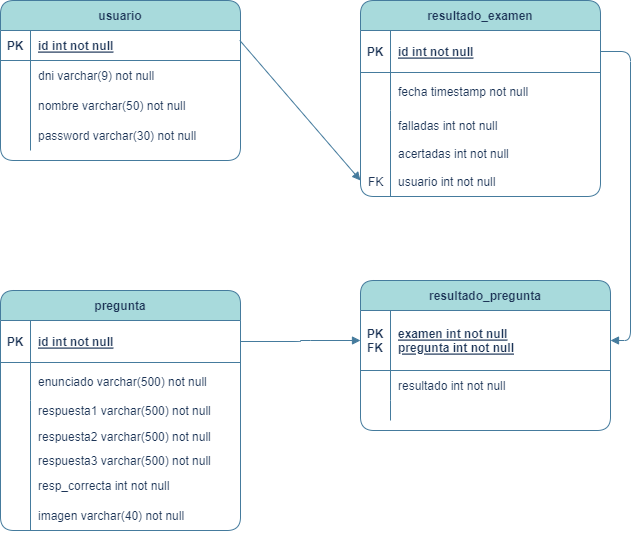
Earlier version of the draw.io export BD/autoescuela.png (marzane/autoescuela). Source tidied: cells renumbered, new cells last; positions are measured from the earlier drawing's top-left corner, leaving out a move shared by most shapes.
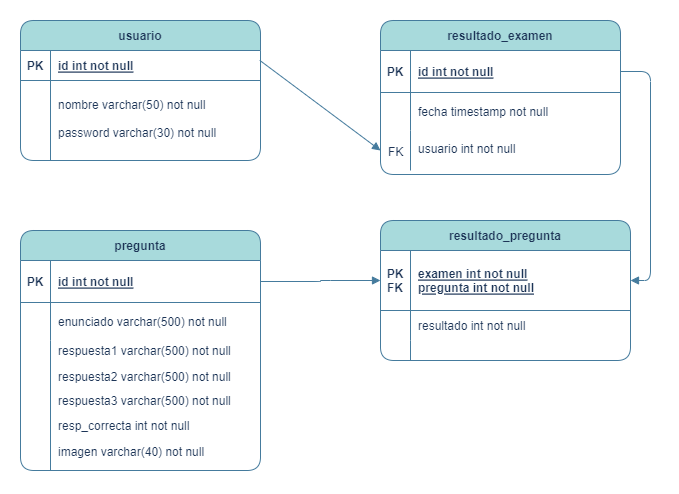
Later version of the same file.

The edit, as a diff of the source:
```diff
@@ -4,7 +4,7 @@
     <mxCell id="1" parent="0" />
     <object id="2" label="resultado_examen" falladas="int not null" placeholders="1" usuario="int not null">
       <mxCell style="shape=table;startSize=30;rowLines=0;fontStyle=1;align=center;labelBackgroundColor=none;fillColor=#A8DADC;strokeColor=#457B9D;fontColor=#1D3557;rounded=1;columnLines=1;" parent="1" vertex="1">
-        <mxGeometry x="360" width="240" height="196" as="geometry" />
+        <mxGeometry x="360" width="240" height="154" as="geometry" />
       </mxCell>
     </object>
     <mxCell id="3" style="shape=partialRectangle;fillColor=none;points=[[0,0.5],[1,0.5]];portConstraint=eastwest;top=0;left=0;right=0;bottom=1;labelBackgroundColor=none;strokeColor=#457B9D;fontColor=#1D3557;rounded=1;" parent="2" vertex="1">
@@ -26,16 +26,16 @@
       <mxGeometry x="30" width="210" height="38" as="geometry" />
     </mxCell>
     <mxCell id="9" style="shape=partialRectangle;fillColor=none;points=[[0,0.5],[1,0.5]];portConstraint=eastwest;top=0;left=0;right=0;bottom=0;labelBackgroundColor=none;strokeColor=#457B9D;fontColor=#1D3557;rounded=1;" parent="2" vertex="1">
-      <mxGeometry y="110" width="240" height="86" as="geometry" />
+      <mxGeometry y="110" width="240" height="40" as="geometry" />
     </mxCell>
     <mxCell id="10" style="shape=partialRectangle;overflow=hidden;fillColor=none;top=0;left=0;bottom=0;right=0;labelBackgroundColor=none;strokeColor=#457B9D;fontColor=#1D3557;rounded=1;" parent="9" vertex="1">
-      <mxGeometry width="30" height="86" as="geometry" />
+      <mxGeometry width="30" height="40" as="geometry" />
     </mxCell>
-    <mxCell id="11" value="acertadas int not null" style="shape=partialRectangle;overflow=hidden;fillColor=none;top=0;left=0;bottom=0;right=0;align=left;spacingLeft=6;labelBackgroundColor=none;strokeColor=#457B9D;fontColor=#1D3557;rounded=1;" parent="9" vertex="1">
-      <mxGeometry x="30" width="210" height="86" as="geometry" />
+    <mxCell id="11" style="shape=partialRectangle;overflow=hidden;fillColor=none;top=0;left=0;bottom=0;right=0;align=left;spacingLeft=6;labelBackgroundColor=none;strokeColor=#457B9D;fontColor=#1D3557;rounded=1;" parent="9" vertex="1">
+      <mxGeometry x="30" width="210" height="40" as="geometry" />
     </mxCell>
     <mxCell id="12" value="resultado_pregunta" style="shape=table;startSize=30;rowLines=0;fontStyle=1;align=center;labelBackgroundColor=none;fillColor=#A8DADC;strokeColor=#457B9D;fontColor=#1D3557;rounded=1;" parent="1" vertex="1">
-      <mxGeometry x="360" y="280" width="250" height="150" as="geometry" />
+      <mxGeometry x="360" y="200" width="250" height="140" as="geometry" />
     </mxCell>
     <mxCell id="13" style="shape=partialRectangle;fillColor=none;points=[[0,0.5],[1,0.5]];portConstraint=eastwest;top=0;left=0;right=0;bottom=1;labelBackgroundColor=none;strokeColor=#457B9D;fontColor=#1D3557;rounded=1;" parent="12" vertex="1">
       <mxGeometry y="30" width="250" height="60" as="geometry" />
@@ -65,7 +65,7 @@
       <mxGeometry x="30" width="220" height="20" as="geometry" />
     </mxCell>
     <mxCell id="22" value="usuario" style="shape=table;startSize=30;rowLines=0;fontStyle=1;align=center;labelBackgroundColor=none;fillColor=#A8DADC;strokeColor=#457B9D;fontColor=#1D3557;rounded=1;" parent="1" vertex="1">
-      <mxGeometry width="240" height="160" as="geometry" />
+      <mxGeometry width="240" height="140" as="geometry" />
     </mxCell>
     <mxCell id="23" style="shape=partialRectangle;fillColor=none;points=[[0,0.5],[1,0.5]];portConstraint=eastwest;top=0;left=0;right=0;bottom=1;labelBackgroundColor=none;strokeColor=#457B9D;fontColor=#1D3557;rounded=1;" parent="22" vertex="1">
       <mxGeometry y="30" width="240" height="30" as="geometry" />
@@ -82,41 +82,36 @@
     <mxCell id="27" style="shape=partialRectangle;overflow=hidden;fillColor=none;top=0;left=0;bottom=0;right=0;labelBackgroundColor=none;strokeColor=#457B9D;fontColor=#1D3557;rounded=1;" parent="26" vertex="1">
       <mxGeometry width="30" height="30" as="geometry" />
     </mxCell>
-    <mxCell id="28" value="dni varchar(9) not null" style="shape=partialRectangle;overflow=hidden;fillColor=none;top=0;left=0;bottom=0;right=0;align=left;spacingLeft=6;labelBackgroundColor=none;strokeColor=#457B9D;fontColor=#1D3557;rounded=1;" parent="26" vertex="1">
+    <mxCell id="28" style="shape=partialRectangle;overflow=hidden;fillColor=none;top=0;left=0;bottom=0;right=0;align=left;spacingLeft=6;labelBackgroundColor=none;strokeColor=#457B9D;fontColor=#1D3557;rounded=1;" parent="26" vertex="1">
       <mxGeometry x="30" width="210" height="30" as="geometry" />
     </mxCell>
     <mxCell id="29" value="nombre varchar(50) not null" style="shape=partialRectangle;overflow=hidden;fillColor=none;top=0;left=0;bottom=0;right=0;align=left;spacingLeft=6;labelBackgroundColor=none;strokeColor=#457B9D;fontColor=#1D3557;rounded=1;" parent="1" vertex="1">
-      <mxGeometry x="30" y="90" width="220" height="30" as="geometry" />
+      <mxGeometry x="30" y="69" width="220" height="30" as="geometry" />
     </mxCell>
     <mxCell id="30" value="password varchar(30) not null" style="shape=partialRectangle;overflow=hidden;fillColor=none;top=0;left=0;bottom=0;right=0;align=left;spacingLeft=6;labelBackgroundColor=none;strokeColor=#457B9D;fontColor=#1D3557;rounded=1;" parent="1" vertex="1">
-      <mxGeometry x="30" y="120" width="220" height="30" as="geometry" />
+      <mxGeometry x="30" y="97" width="220" height="30" as="geometry" />
     </mxCell>
     <mxCell id="31" style="endArrow=none;html=1;rounded=1;labelBackgroundColor=none;strokeColor=#457B9D;fontColor=default;" parent="1" edge="1">
       <mxGeometry relative="1" as="geometry">
-        <mxPoint x="30" y="150" as="sourcePoint" />
-        <mxPoint x="30" y="80" as="targetPoint" />
+        <mxPoint x="30" y="140" as="sourcePoint" />
+        <mxPoint x="30" y="70" as="targetPoint" />
       </mxGeometry>
     </mxCell>
-    <mxCell id="32" value="falladas int not null" style="shape=partialRectangle;overflow=hidden;fillColor=none;top=0;left=0;bottom=0;right=0;align=left;spacingLeft=6;labelBackgroundColor=none;strokeColor=#457B9D;fontColor=#1D3557;rounded=1;" parent="1" vertex="1">
-      <mxGeometry x="390" y="110" width="220" height="30" as="geometry" />
-    </mxCell>
     <mxCell id="33" value="usuario int not null" style="shape=partialRectangle;overflow=hidden;fillColor=none;top=0;left=0;bottom=0;right=0;align=left;spacingLeft=6;labelBackgroundColor=none;strokeColor=#457B9D;fontColor=#1D3557;rounded=1;" parent="1" vertex="1">
-      <mxGeometry x="390" y="166" width="220" height="30" as="geometry" />
+      <mxGeometry x="390" y="116" width="220" height="24" as="geometry" />
     </mxCell>
     <mxCell id="34" value="FK" style="shape=partialRectangle;overflow=hidden;fillColor=none;top=0;left=0;bottom=0;right=0;align=left;spacingLeft=6;labelBackgroundColor=none;strokeColor=#457B9D;fontColor=#1D3557;rounded=1;" parent="1" vertex="1">
-      <mxGeometry x="360" y="166" width="30" height="30" as="geometry" />
+      <mxGeometry x="360" y="116" width="30" height="30" as="geometry" />
     </mxCell>
-    <mxCell id="35" style="endArrow=block;html=1;rounded=1;strokeColor=#457B9D;fontColor=default;fillColor=#A8DADC;exitX=0.997;exitY=0.329;exitDx=0;exitDy=0;exitPerimeter=0;labelBackgroundColor=none;endFill=1;" parent="1" edge="1" source="23">
-      <mxGeometry relative="1" as="geometry">
-        <mxPoint x="360" y="180" as="targetPoint" />
-      </mxGeometry>
+    <mxCell id="35" style="endArrow=block;html=1;rounded=1;strokeColor=#457B9D;fontColor=default;fillColor=#A8DADC;exitX=0.997;exitY=0.329;exitDx=0;exitDy=0;exitPerimeter=0;labelBackgroundColor=none;endFill=1;entryX=0;entryY=0.5;entryDx=0;entryDy=0;" parent="1" edge="1" source="23" target="9">
+      <mxGeometry relative="1" as="geometry" />
     </mxCell>
     <mxCell id="36" style="edgeStyle=orthogonalEdgeStyle;rounded=1;jettySize=auto;html=1;exitX=1;exitY=0.5;exitDx=0;exitDy=0;entryX=1;entryY=0.5;entryDx=0;entryDy=0;strokeColor=#457B9D;fontColor=#1D3557;fillColor=#A8DADC;endArrow=block;endFill=1;" parent="1" edge="1" source="3" target="13">
       <mxGeometry relative="1" as="geometry" />
     </mxCell>
     <object id="37" label="pregunta" falladas="int not null" placeholders="1" usuario="int not null">
       <mxCell style="shape=table;startSize=30;rowLines=0;fontStyle=1;align=center;labelBackgroundColor=none;fillColor=#A8DADC;strokeColor=#457B9D;fontColor=#1D3557;rounded=1;columnLines=1;" parent="1" vertex="1">
-        <mxGeometry y="290" width="240" height="240" as="geometry" />
+        <mxGeometry y="210" width="240" height="240" as="geometry" />
       </mxCell>
     </object>
     <mxCell id="38" style="shape=partialRectangle;fillColor=none;points=[[0,0.5],[1,0.5]];portConstraint=eastwest;top=0;left=0;right=0;bottom=1;labelBackgroundColor=none;strokeColor=#457B9D;fontColor=#1D3557;rounded=1;" parent="37" vertex="1">
@@ -147,16 +142,16 @@
       <mxGeometry x="30" width="210" height="130" as="geometry" />
     </mxCell>
     <mxCell id="47" value="respuesta1 varchar(500) not null" style="shape=partialRectangle;overflow=hidden;fillColor=none;top=0;left=0;bottom=0;right=0;align=left;spacingLeft=6;labelBackgroundColor=none;strokeColor=#457B9D;fontColor=#1D3557;rounded=1;" parent="1" vertex="1">
-      <mxGeometry x="30" y="395" width="220" height="30" as="geometry" />
+      <mxGeometry x="30" y="315" width="220" height="30" as="geometry" />
     </mxCell>
     <mxCell id="48" value="respuesta3 varchar(500) not null" style="shape=partialRectangle;overflow=hidden;fillColor=none;top=0;left=0;bottom=0;right=0;align=left;spacingLeft=6;labelBackgroundColor=none;strokeColor=#457B9D;fontColor=#1D3557;rounded=1;" parent="1" vertex="1">
-      <mxGeometry x="30" y="440" width="220" height="40" as="geometry" />
+      <mxGeometry x="30" y="360" width="220" height="40" as="geometry" />
     </mxCell>
     <mxCell id="49" value="resp_correcta int not null" style="shape=partialRectangle;overflow=hidden;fillColor=none;top=0;left=0;bottom=0;right=0;align=left;spacingLeft=6;labelBackgroundColor=none;strokeColor=#457B9D;fontColor=#1D3557;rounded=1;" parent="1" vertex="1">
-      <mxGeometry x="30" y="470" width="220" height="30" as="geometry" />
+      <mxGeometry x="30" y="390" width="220" height="30" as="geometry" />
     </mxCell>
     <mxCell id="50" value="imagen varchar(40) not null" style="shape=partialRectangle;overflow=hidden;fillColor=none;top=0;left=0;bottom=0;right=0;align=left;spacingLeft=6;labelBackgroundColor=none;strokeColor=#457B9D;fontColor=#1D3557;rounded=1;" parent="1" vertex="1">
-      <mxGeometry x="30" y="500" width="220" height="30" as="geometry" />
+      <mxGeometry x="30" y="416" width="220" height="30" as="geometry" />
     </mxCell>
     <mxCell id="51" style="edgeStyle=orthogonalEdgeStyle;rounded=1;jettySize=auto;html=1;exitX=1;exitY=0.5;exitDx=0;exitDy=0;entryX=0;entryY=0.5;entryDx=0;entryDy=0;strokeColor=#457B9D;fontColor=#1D3557;fillColor=#A8DADC;endArrow=block;endFill=1;" parent="1" edge="1" source="38" target="13">
       <mxGeometry relative="1" as="geometry" />
```
